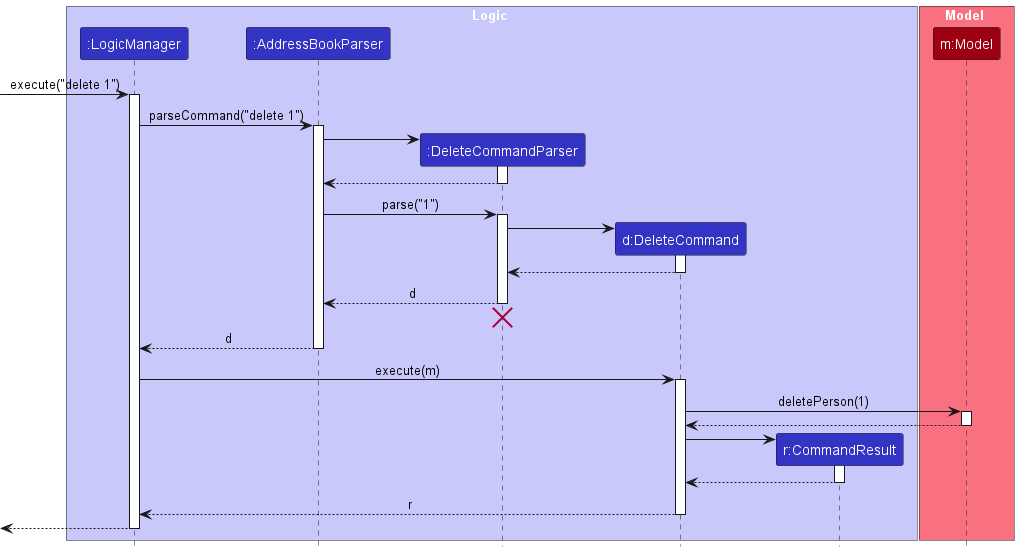
The PlantUML diagram docs/images/DeleteSequenceDiagram.png in nus-cs2103-AY2425S1/tp, before a commit. Source of this version:
```plantuml
@startuml
!include style.puml
skinparam ArrowFontStyle plain

box Logic LOGIC_COLOR_T1
participant ":LogicManager" as LogicManager LOGIC_COLOR
participant ":AddressBookParser" as AddressBookParser LOGIC_COLOR
participant ":DeleteCommandParser" as DeleteCommandParser LOGIC_COLOR
participant "d:DeleteCommand" as DeleteCommand LOGIC_COLOR
participant "r:CommandResult" as CommandResult LOGIC_COLOR
end box

box Model MODEL_COLOR_T1
participant "m:Model" as Model MODEL_COLOR
end box

[-> LogicManager : execute("delete 1")
activate LogicManager

LogicManager -> AddressBookParser : parseCommand("delete 1")
activate AddressBookParser

create DeleteCommandParser
AddressBookParser -> DeleteCommandParser
activate DeleteCommandParser

DeleteCommandParser --> AddressBookParser
deactivate DeleteCommandParser

AddressBookParser -> DeleteCommandParser : parse("1")
activate DeleteCommandParser

create DeleteCommand
DeleteCommandParser -> DeleteCommand
activate DeleteCommand

DeleteCommand --> DeleteCommandParser :
deactivate DeleteCommand

DeleteCommandParser --> AddressBookParser : d
deactivate DeleteCommandParser
DeleteCommandParser -[hidden]-> AddressBookParser
destroy DeleteCommandParser

AddressBookParser --> LogicManager : d
deactivate AddressBookParser

LogicManager -> DeleteCommand : execute(m)
activate DeleteCommand

DeleteCommand -> Model : deletePerson(1)
activate Model

Model --> DeleteCommand
deactivate Model

create CommandResult
DeleteCommand -> CommandResult
activate CommandResult

CommandResult --> DeleteCommand
deactivate CommandResult

DeleteCommand --> LogicManager : r
deactivate DeleteCommand

[<--LogicManager
deactivate LogicManager
@enduml
```
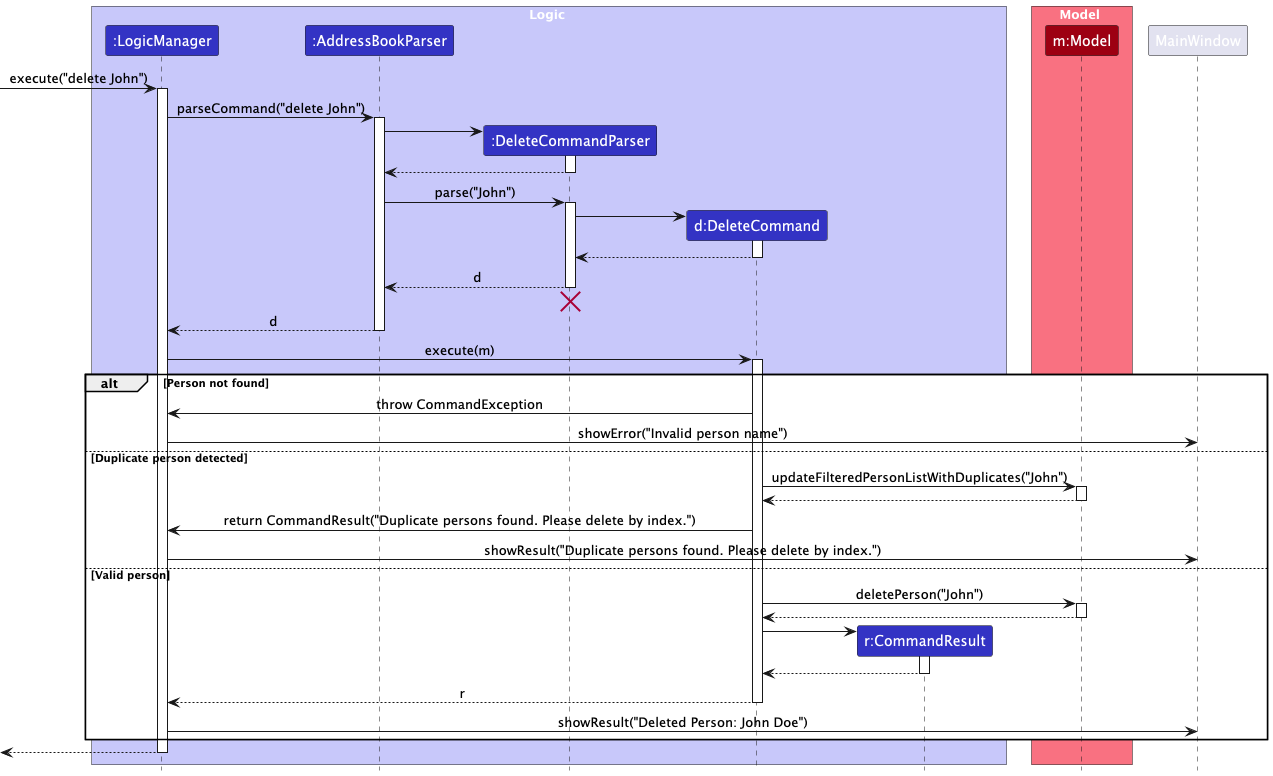
After the change.

Commit message:
Update DG and UML diagram

Change to the diagram source:
```diff
@@ -14,10 +14,10 @@
 participant "m:Model" as Model MODEL_COLOR
 end box
 
-[-> LogicManager : execute("delete 1")
+[-> LogicManager : execute("delete John")
 activate LogicManager
 
-LogicManager -> AddressBookParser : parseCommand("delete 1")
+LogicManager -> AddressBookParser : parseCommand("delete John")
 activate AddressBookParser
 
 create DeleteCommandParser
@@ -27,7 +27,7 @@
 DeleteCommandParser --> AddressBookParser
 deactivate DeleteCommandParser
 
-AddressBookParser -> DeleteCommandParser : parse("1")
+AddressBookParser -> DeleteCommandParser : parse("John")
 activate DeleteCommandParser
 
 create DeleteCommand
@@ -48,21 +48,39 @@
 LogicManager -> DeleteCommand : execute(m)
 activate DeleteCommand
 
-DeleteCommand -> Model : deletePerson(1)
-activate Model
+alt Person not found
+    DeleteCommand -> LogicManager : throw CommandException
+    LogicManager -> MainWindow : showError("Invalid person name")
+else Duplicate person detected
+    DeleteCommand -> Model : updateFilteredPersonListWithDuplicates("John")
+        activate Model
 
-Model --> DeleteCommand
-deactivate Model
+        Model --> DeleteCommand
+        deactivate Model
 
-create CommandResult
-DeleteCommand -> CommandResult
-activate CommandResult
+        DeleteCommand -> LogicManager : return CommandResult("Duplicate persons found. Please delete by index.")
+        LogicManager -> MainWindow : showResult("Duplicate persons found. Please delete by index.")
+else Valid person
+    DeleteCommand -> Model : deletePerson("John")
+    activate Model
 
-CommandResult --> DeleteCommand
-deactivate CommandResult
+    Model --> DeleteCommand
+    deactivate Model
 
-DeleteCommand --> LogicManager : r
-deactivate DeleteCommand
+    create CommandResult
+    DeleteCommand -> CommandResult
+    activate CommandResult
+
+    CommandResult --> DeleteCommand
+    deactivate CommandResult
+
+    DeleteCommand --> LogicManager : r
+    deactivate DeleteCommand
+
+
+
+    LogicManager -> MainWindow : showResult("Deleted Person: John Doe")
+end
 
 [<--LogicManager
 deactivate LogicManager
```
